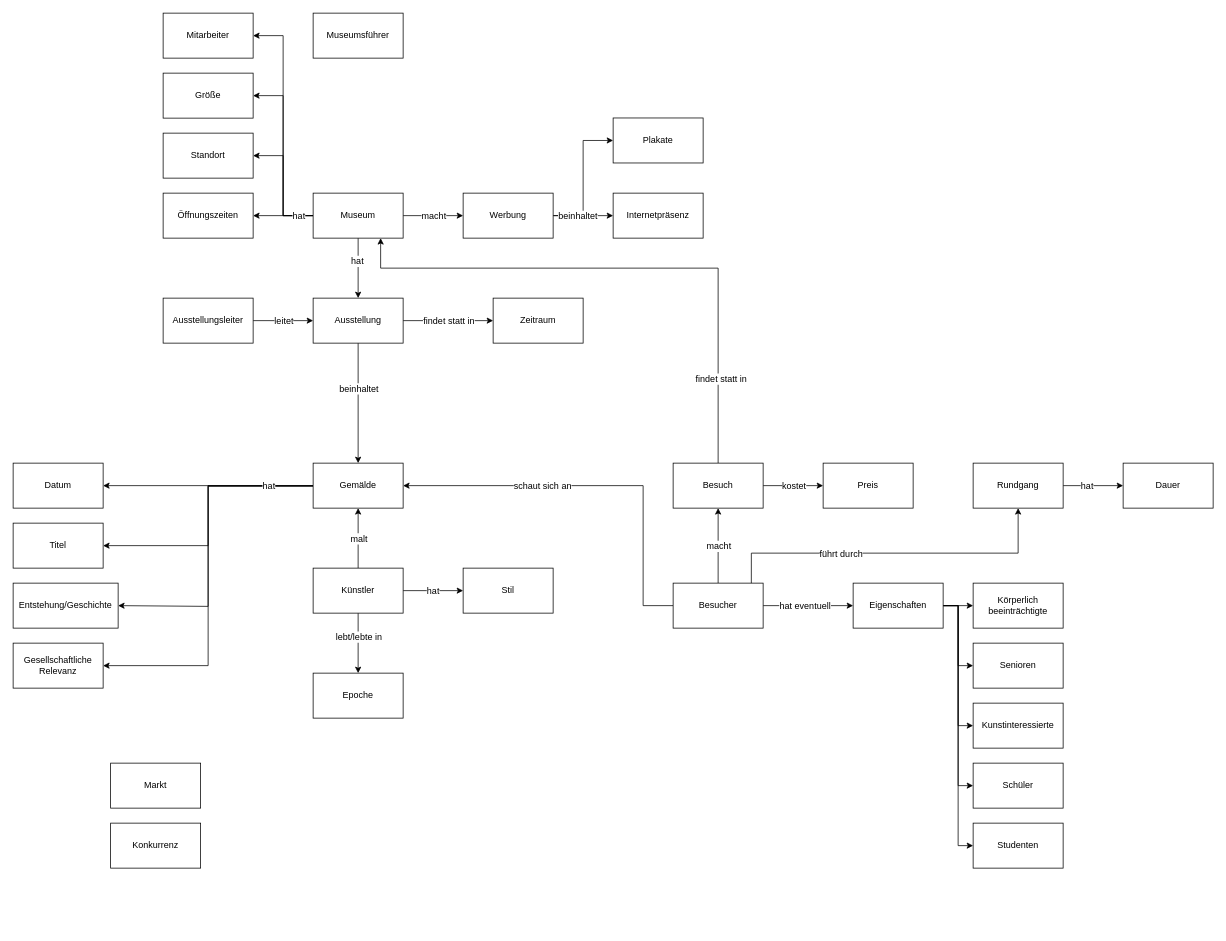
Above: _material/domaenenmodell.drawio in dsterle/EPWS2019PawlowskiSterle (draw.io), before the change. Source tidied: cells renumbered, new cells numbered last; positions are measured from the earlier drawing's top-left corner, leaving out a move shared by most shapes. Both pictures are drawn from the tidied source at 75%, with x=0, y=0 at pixel (13, 13).
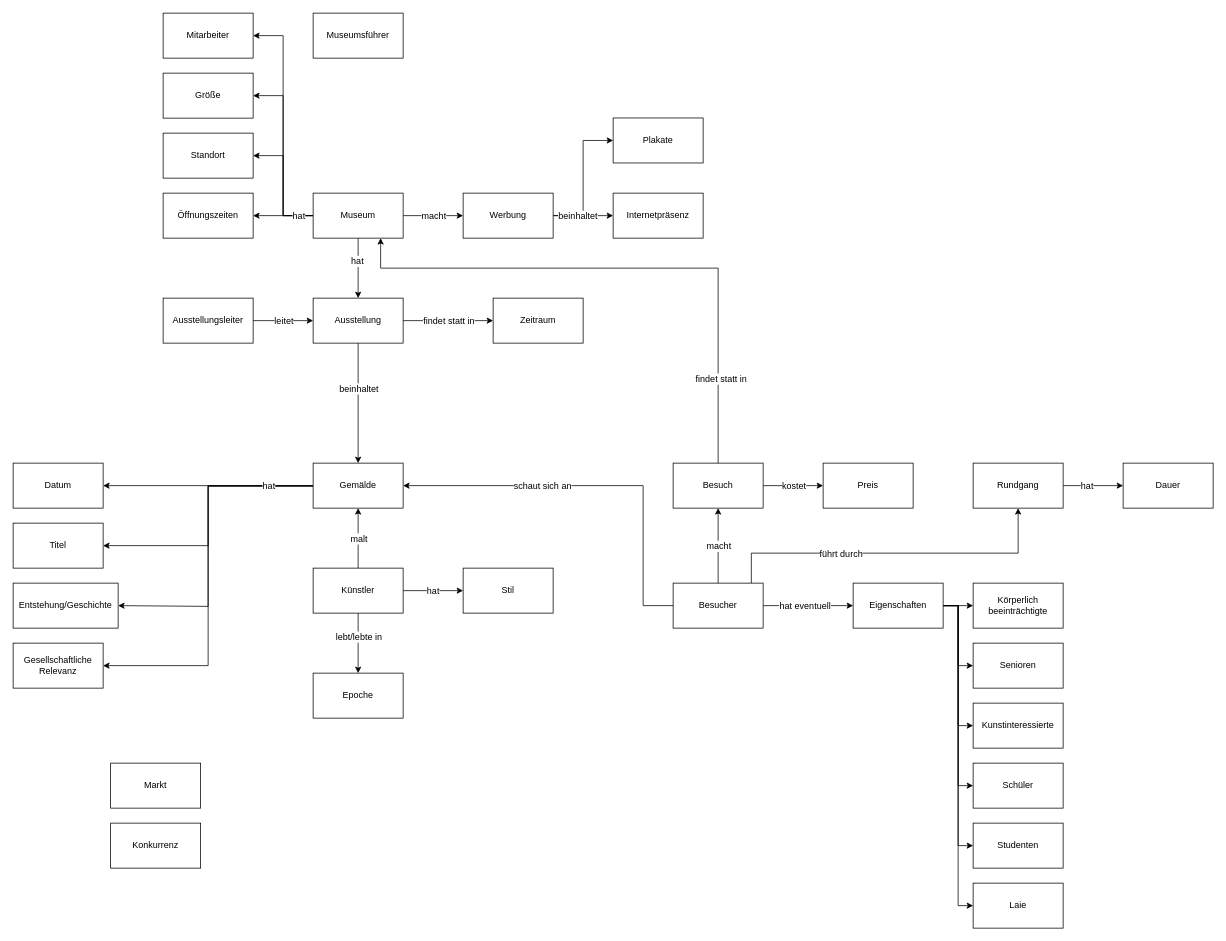
The same diagram, later.

Unchanged cells that the change refers to:
```xml
<mxCell id="82" value="Eigenschaften" style="rounded=0;whiteSpace=wrap;html=1;" parent="1" vertex="1">
  <mxGeometry x="1120" y="760" width="120" height="60" as="geometry" />
</mxCell>
```

Change to the diagram source:
```diff
@@
+    <mxCell id="83" style="edgeStyle=orthogonalEdgeStyle;rounded=0;jettySize=auto;html=1;entryX=0;entryY=0.5;entryDx=0;entryDy=0;" parent="1" edge="1" source="82" target="84">
+      <mxGeometry relative="1" as="geometry" />
+    </mxCell>
@@
+    <mxCell id="84" value="Laie" style="rounded=0;whiteSpace=wrap;html=1;" parent="1" vertex="1">
+      <mxGeometry x="1280" y="1160" width="120" height="60" as="geometry" />
+    </mxCell>
```
